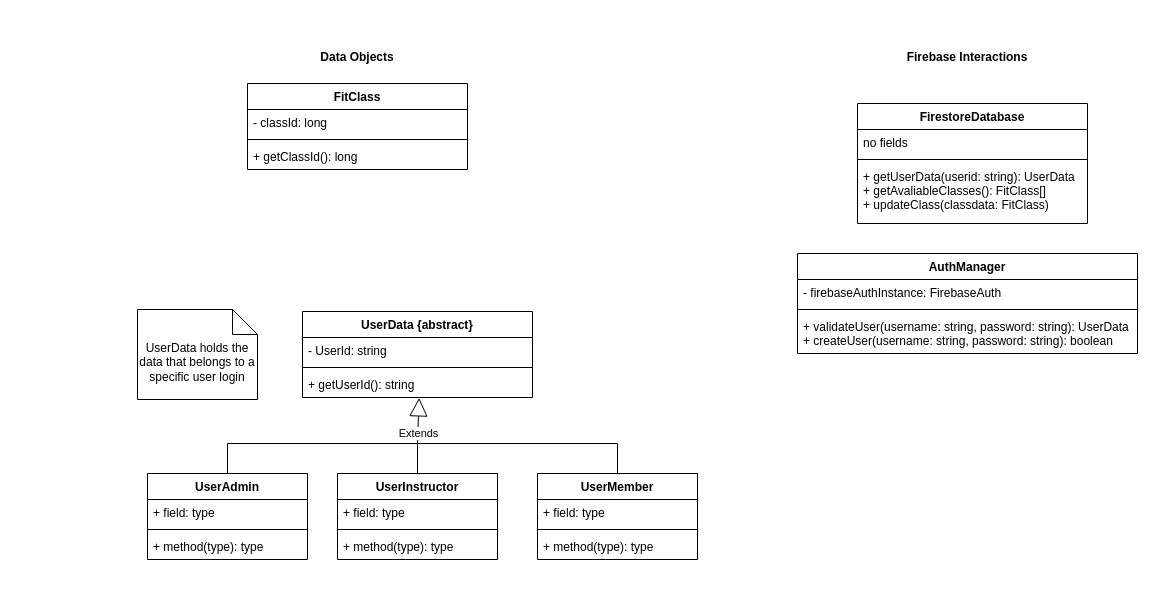
ritvik130/Fitbits keeps this draw.io diagram as docs/diagrams/UML_Class_Diagram.drawio. Above is the earlier version. Source tidied: cells renumbered, new cells numbered last; positions are measured from the earlier drawing's top-left corner, leaving out a move shared by most shapes. Both pictures are drawn from the tidied source at 100%, with x=0, y=0 at pixel (137, 43).
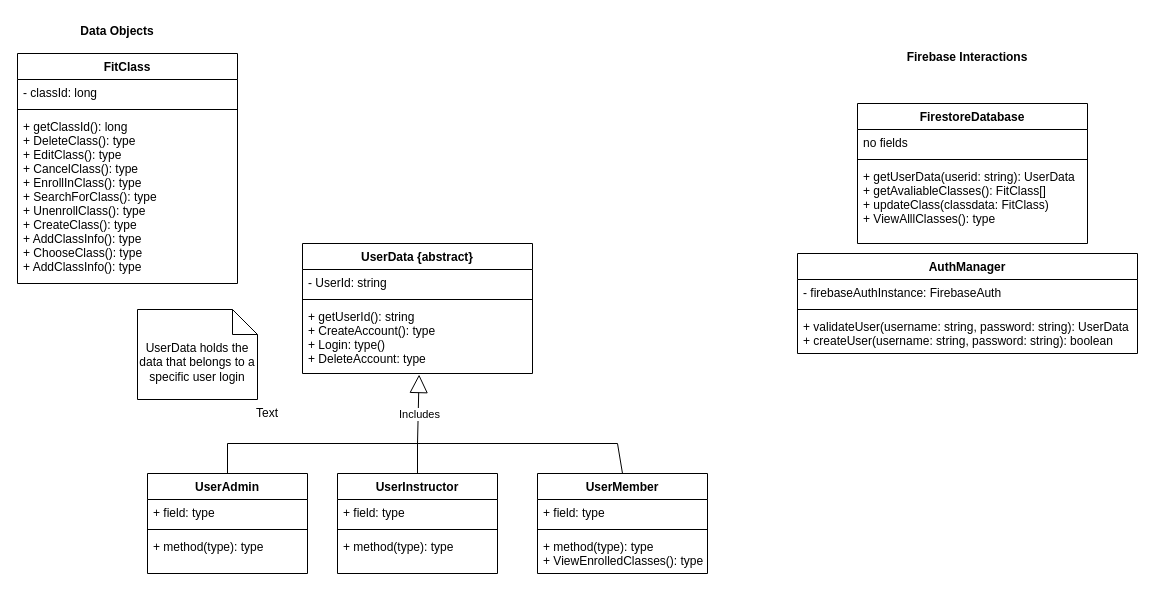
The same diagram, later.

Diff of the diagram source:
```diff
@@
     <mxCell id="2" value="FirestoreDatabase&#10;" style="swimlane;fontStyle=1;align=center;verticalAlign=top;horizontal=1;startSize=26;" parent="1" vertex="1">
-      <mxGeometry x="720" y="60" width="230" height="120" as="geometry" />
+      <mxGeometry x="720" y="60" width="230" height="140" as="geometry" />
     </mxCell>
@@
-    <mxCell id="5" value="+ getUserData(userid: string): UserData&#10;+ getAvaliableClasses(): FitClass[]&#10;+ updateClass(classdata: FitClass)" style="text;strokeColor=none;fillColor=none;align=left;verticalAlign=top;spacingLeft=4;spacingRight=4;overflow=hidden;" parent="2" vertex="1">
-      <mxGeometry y="60" width="230" height="60" as="geometry" />
+    <mxCell id="5" value="+ getUserData(userid: string): UserData&#10;+ getAvaliableClasses(): FitClass[]&#10;+ updateClass(classdata: FitClass)&#10;+ ViewAlllClasses(): type&#10;" style="text;strokeColor=none;fillColor=none;align=left;verticalAlign=top;spacingLeft=4;spacingRight=4;overflow=hidden;" parent="2" vertex="1">
+      <mxGeometry y="60" width="230" height="80" as="geometry" />
     </mxCell>
@@
     <mxCell id="10" value="UserData {abstract}" style="swimlane;fontStyle=1;align=center;verticalAlign=top;horizontal=1;startSize=26;" parent="1" vertex="1">
-      <mxGeometry x="165" y="268" width="230" height="86" as="geometry" />
+      <mxGeometry x="165" y="200" width="230" height="130" as="geometry" />
     </mxCell>
@@
-    <mxCell id="13" value="+ getUserId(): string" style="text;strokeColor=none;fillColor=none;align=left;verticalAlign=top;spacingLeft=4;spacingRight=4;overflow=hidden;points=[[0,0.5],[1,0.5]];portConstraint=eastwest;" parent="10" vertex="1">
-      <mxGeometry y="60" width="230" height="26" as="geometry" />
+    <mxCell id="13" value="+ getUserId(): string&#10;+ CreateAccount(): type&#10;+ Login: type()&#10;+ DeleteAccount: type&#10;&#10;" style="text;strokeColor=none;fillColor=none;align=left;verticalAlign=top;spacingLeft=4;spacingRight=4;overflow=hidden;points=[[0,0.5],[1,0.5]];portConstraint=eastwest;" parent="10" vertex="1">
+      <mxGeometry y="60" width="230" height="70" as="geometry" />
     </mxCell>
@@
     <mxCell id="15" value="Data Objects" style="text;align=center;fontStyle=1;verticalAlign=middle;spacingLeft=3;spacingRight=3;strokeColor=none;" parent="1" vertex="1">
-      <mxGeometry x="180" width="80" height="26" as="geometry" />
+      <mxGeometry x="-60" y="-26" width="80" height="26" as="geometry" />
     </mxCell>
     <mxCell id="16" value="FitClass" style="swimlane;fontStyle=1;align=center;verticalAlign=top;horizontal=1;startSize=26;" parent="1" vertex="1">
-      <mxGeometry x="110" y="40" width="220" height="86" as="geometry" />
+      <mxGeometry x="-120" y="10" width="220" height="230" as="geometry" />
     </mxCell>
@@
-    <mxCell id="19" value="+ getClassId(): long" style="text;strokeColor=none;fillColor=none;align=left;verticalAlign=top;spacingLeft=4;spacingRight=4;overflow=hidden;" parent="16" vertex="1">
-      <mxGeometry y="60" width="220" height="26" as="geometry" />
+    <mxCell id="19" value="+ getClassId(): long&#10;+ DeleteClass(): type&#10;+ EditClass(): type&#10;+ CancelClass(): type&#10;+ EnrollInClass(): type&#10;+ SearchForClass(): type&#10;+ UnenrollClass(): type&#10;+ CreateClass(): type&#10;+ AddClassInfo(): type&#10;+ ChooseClass(): type&#10;+ AddClassInfo(): type" style="text;strokeColor=none;fillColor=none;align=left;verticalAlign=top;spacingLeft=4;spacingRight=4;overflow=hidden;" parent="16" vertex="1">
+      <mxGeometry y="60" width="220" height="170" as="geometry" />
     </mxCell>
@@
     <mxCell id="21" value="UserAdmin" style="swimlane;fontStyle=1;align=center;verticalAlign=top;horizontal=1;startSize=26;" parent="1" vertex="1">
-      <mxGeometry x="10" y="430" width="160" height="86" as="geometry" />
+      <mxGeometry x="10" y="430" width="160" height="100" as="geometry" />
     </mxCell>
@@
-    <mxCell id="24" value="+ method(type): type" style="text;strokeColor=none;fillColor=none;align=left;verticalAlign=top;spacingLeft=4;spacingRight=4;overflow=hidden;" parent="21" vertex="1">
-      <mxGeometry y="60" width="160" height="26" as="geometry" />
+    <mxCell id="24" value="+ method(type): type&#10;" style="text;strokeColor=none;fillColor=none;align=left;verticalAlign=top;spacingLeft=4;spacingRight=4;overflow=hidden;" parent="21" vertex="1">
+      <mxGeometry y="60" width="160" height="40" as="geometry" />
     </mxCell>
     <mxCell id="25" value="UserInstructor" style="swimlane;fontStyle=1;align=center;verticalAlign=top;horizontal=1;startSize=26;" parent="1" vertex="1">
-      <mxGeometry x="200" y="430" width="160" height="86" as="geometry" />
+      <mxGeometry x="200" y="430" width="160" height="100" as="geometry" />
     </mxCell>
@@
-    <mxCell id="28" value="+ method(type): type" style="text;strokeColor=none;fillColor=none;align=left;verticalAlign=top;spacingLeft=4;spacingRight=4;overflow=hidden;" parent="25" vertex="1">
-      <mxGeometry y="60" width="160" height="26" as="geometry" />
+    <mxCell id="28" value="+ method(type): type&#10;&#10;" style="text;strokeColor=none;fillColor=none;align=left;verticalAlign=top;spacingLeft=4;spacingRight=4;overflow=hidden;" parent="25" vertex="1">
+      <mxGeometry y="60" width="160" height="40" as="geometry" />
     </mxCell>
     <mxCell id="29" value="UserMember" style="swimlane;fontStyle=1;align=center;verticalAlign=top;horizontal=1;startSize=26;" parent="1" vertex="1">
-      <mxGeometry x="400" y="430" width="160" height="86" as="geometry" />
+      <mxGeometry x="400" y="430" width="170" height="100" as="geometry" />
     </mxCell>
     <mxCell id="30" value="+ field: type" style="text;strokeColor=none;fillColor=none;align=left;verticalAlign=top;spacingLeft=4;spacingRight=4;overflow=hidden;" parent="29" vertex="1">
-      <mxGeometry y="26" width="160" height="26" as="geometry" />
+      <mxGeometry y="26" width="170" height="26" as="geometry" />
     </mxCell>
     <mxCell id="31" style="line;strokeWidth=1;fillColor=none;align=left;verticalAlign=middle;spacingTop=-1;spacingLeft=3;spacingRight=3;labelPosition=right;" parent="29" vertex="1">
-      <mxGeometry y="52" width="160" height="8" as="geometry" />
+      <mxGeometry y="52" width="170" height="8" as="geometry" />
     </mxCell>
-    <mxCell id="32" value="+ method(type): type" style="text;strokeColor=none;fillColor=none;align=left;verticalAlign=top;spacingLeft=4;spacingRight=4;overflow=hidden;" parent="29" vertex="1">
-      <mxGeometry y="60" width="160" height="26" as="geometry" />
+    <mxCell id="32" value="+ method(type): type&#10;+ ViewEnrolledClasses(): type&#10;&#10;" style="text;strokeColor=none;fillColor=none;align=left;verticalAlign=top;spacingLeft=4;spacingRight=4;overflow=hidden;" parent="29" vertex="1">
+      <mxGeometry y="60" width="170" height="40" as="geometry" />
     </mxCell>
-    <mxCell id="33" value="Extends" style="endArrow=block;endSize=16;endFill=0;html=1;entryX=0.507;entryY=1.015;entryDx=0;entryDy=0;entryPerimeter=0;" parent="1" edge="1" target="13">
-      <mxGeometry x="-0.56" y="-1" relative="1" as="geometry">
+    <mxCell id="33" value="Includes" style="endArrow=block;endSize=16;endFill=0;html=1;entryX=0.507;entryY=1.015;entryDx=0;entryDy=0;entryPerimeter=0;" parent="1" edge="1" target="13">
+      <mxGeometry x="-0.13" y="-1" relative="1" as="geometry">
         <mxPoint x="280" y="400" as="sourcePoint" />
+        <mxPoint y="1" as="offset" />
       </mxGeometry>
     </mxCell>
@@
+    <mxCell id="38" value="Text" style="text;html=1;strokeColor=none;fillColor=none;align=center;verticalAlign=middle;whiteSpace=wrap;rounded=0;" parent="1" vertex="1">
+      <mxGeometry x="110" y="360" width="40" height="20" as="geometry" />
+    </mxCell>
```
